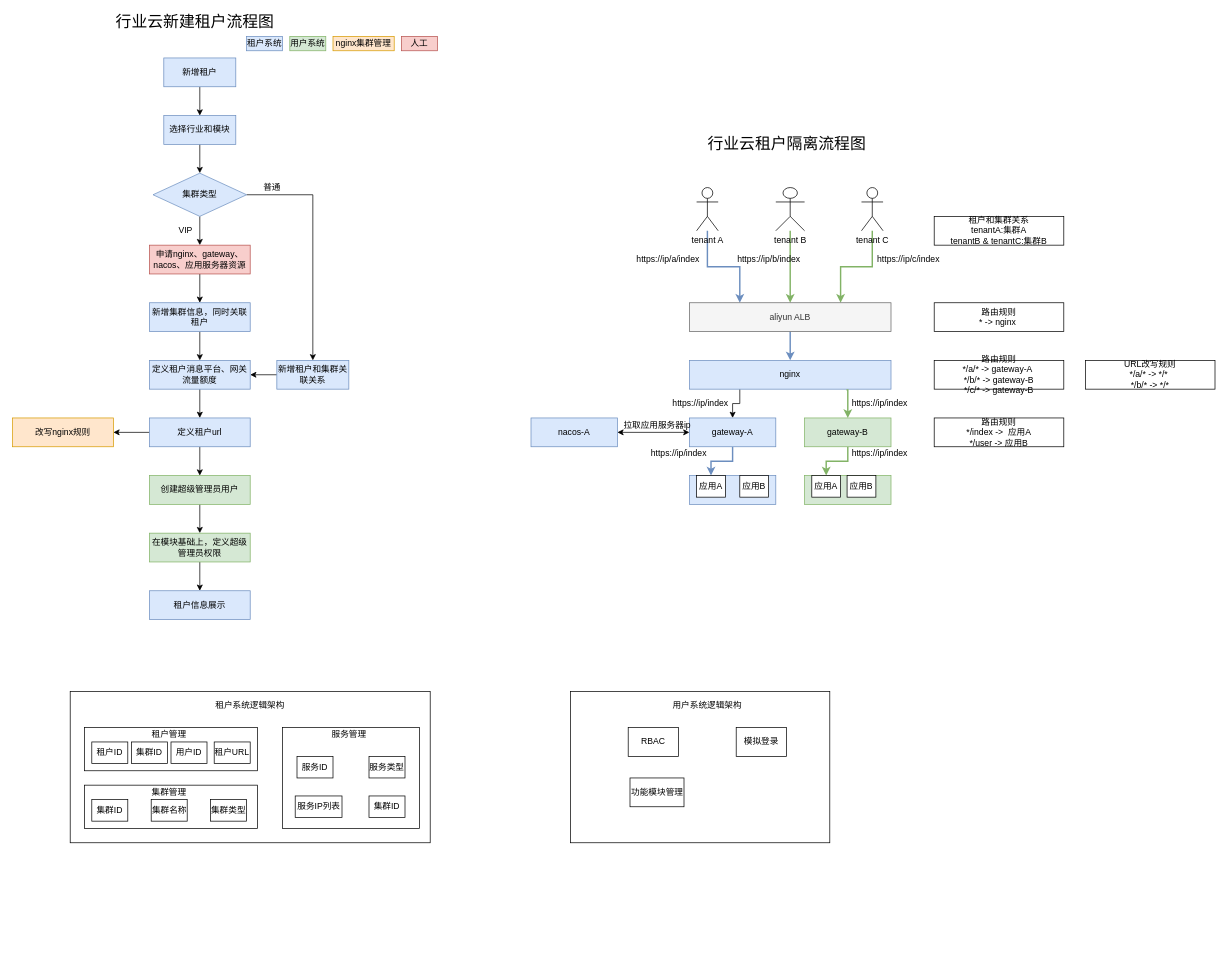
The draw.io diagram tenant.drawio in julingpu/coffee, before the edit. Source tidied: cells renumbered, new cells numbered last; positions are measured from the earlier drawing's top-left corner, leaving out a move shared by most shapes. Both pictures are drawn from the tidied source at 72%, with x=0, y=0 at pixel (12, 14).
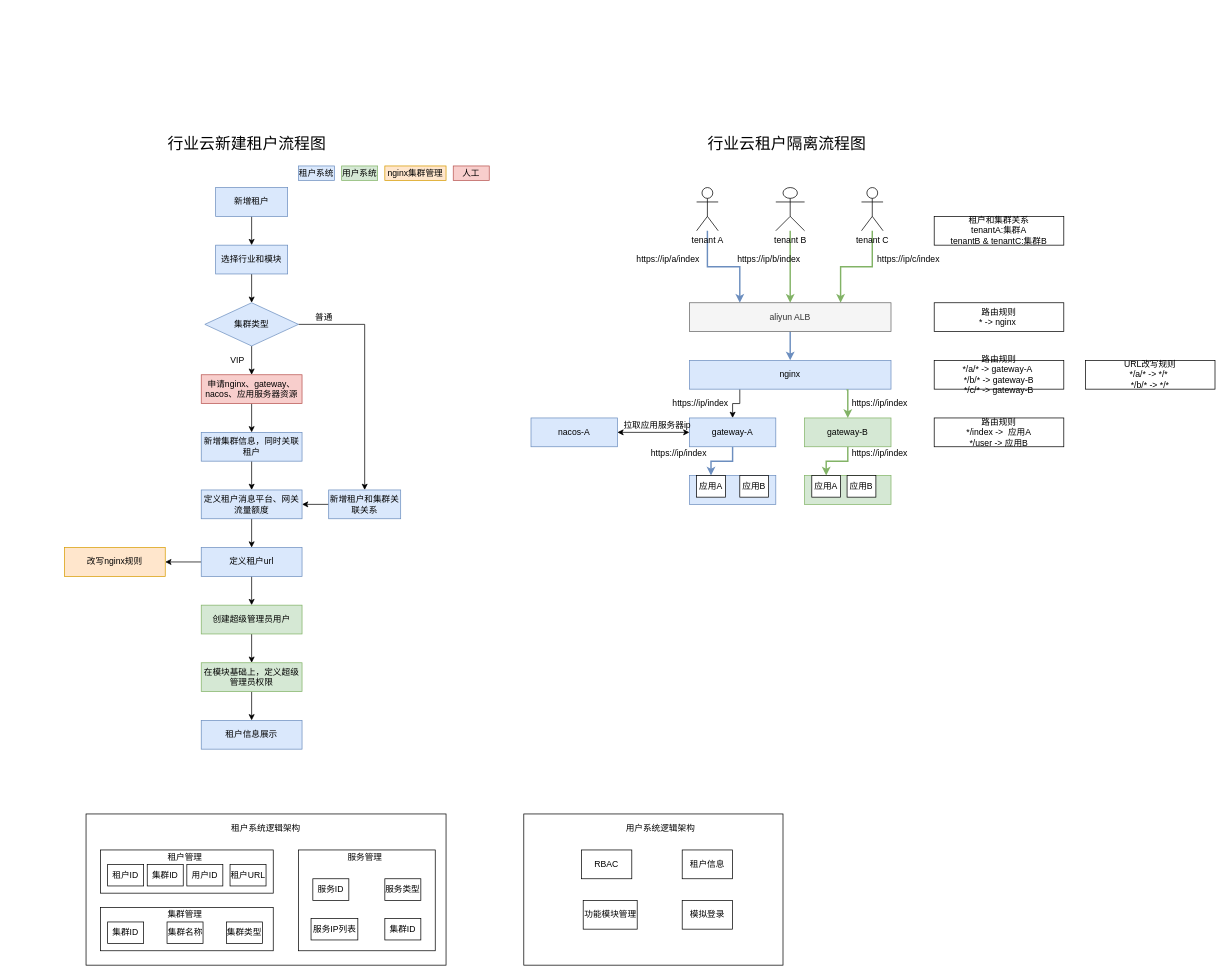
The same page after the edit.

Change to the diagram source:
```diff
@@
     <mxCell id="37" value="&lt;font style=&quot;font-size: 22px&quot;&gt;行业云新建租户流程图&lt;/font&gt;" style="text;html=1;align=center;verticalAlign=middle;strokeColor=none;" parent="1" vertex="1">
-      <mxGeometry x="132.5" width="240" height="20" as="geometry" />
+      <mxGeometry x="205" y="170" width="240" height="20" as="geometry" />
     </mxCell>
@@
     <mxCell id="39" value="选择行业和模块" style="rounded=0;whiteSpace=wrap;html=1;fillColor=#dae8fc;strokeColor=#6c8ebf;" parent="1" vertex="1">
-      <mxGeometry x="210" y="140" width="100" height="40" as="geometry" />
+      <mxGeometry x="282" y="320" width="100" height="40" as="geometry" />
     </mxCell>
@@
     <mxCell id="42" value="集群类型" style="rhombus;whiteSpace=wrap;html=1;fillColor=#dae8fc;strokeColor=#6c8ebf;strokeWidth=1;" parent="1" vertex="1">
-      <mxGeometry x="195" y="220" width="130" height="60" as="geometry" />
+      <mxGeometry x="267" y="400" width="130" height="60" as="geometry" />
     </mxCell>
@@
     <mxCell id="44" value="新增租户和集群关联关系" style="rounded=0;whiteSpace=wrap;html=1;fillColor=#dae8fc;strokeColor=#6c8ebf;strokeWidth=1;" parent="1" vertex="1">
-      <mxGeometry x="367" y="480" width="100" height="40" as="geometry" />
+      <mxGeometry x="439" y="660" width="100" height="40" as="geometry" />
     </mxCell>
     <mxCell id="45" value="普通" style="text;html=1;align=center;verticalAlign=middle;strokeColor=none;strokeWidth=1;" parent="1" vertex="1">
-      <mxGeometry x="340" y="230" width="40" height="20" as="geometry" />
+      <mxGeometry x="412" y="410" width="40" height="20" as="geometry" />
     </mxCell>
@@
     <mxCell id="47" value="新增集群信息，同时关联租户" style="rounded=0;whiteSpace=wrap;html=1;fillColor=#dae8fc;strokeColor=#6c8ebf;strokeWidth=1;" parent="1" vertex="1">
-      <mxGeometry x="190" y="400" width="140" height="40" as="geometry" />
+      <mxGeometry x="262" y="580" width="140" height="40" as="geometry" />
     </mxCell>
@@
     <mxCell id="50" value="定义租户url" style="rounded=0;whiteSpace=wrap;html=1;fillColor=#dae8fc;strokeColor=#6c8ebf;strokeWidth=1;" parent="1" vertex="1">
-      <mxGeometry x="190" y="560" width="140" height="40" as="geometry" />
+      <mxGeometry x="262" y="740" width="140" height="40" as="geometry" />
     </mxCell>
@@
     <mxCell id="52" value="创建超级管理员用户" style="rounded=0;whiteSpace=wrap;html=1;fillColor=#d5e8d4;strokeColor=#82b366;" parent="1" vertex="1">
-      <mxGeometry x="190" y="640" width="140" height="40" as="geometry" />
+      <mxGeometry x="262" y="820" width="140" height="40" as="geometry" />
     </mxCell>
     <mxCell id="53" value="租户系统" style="rounded=0;whiteSpace=wrap;html=1;fillColor=#dae8fc;strokeColor=#6c8ebf;" parent="1" vertex="1">
-      <mxGeometry x="325" y="30" width="50" height="20" as="geometry" />
+      <mxGeometry x="397" y="210" width="50" height="20" as="geometry" />
     </mxCell>
     <mxCell id="54" value="用户系统" style="rounded=0;whiteSpace=wrap;html=1;fillColor=#d5e8d4;strokeColor=#82b366;" parent="1" vertex="1">
-      <mxGeometry x="385" y="30" width="50" height="20" as="geometry" />
+      <mxGeometry x="457" y="210" width="50" height="20" as="geometry" />
     </mxCell>
     <mxCell id="55" value="nginx集群管理" style="rounded=0;whiteSpace=wrap;html=1;fillColor=#ffe6cc;strokeColor=#d79b00;" parent="1" vertex="1">
-      <mxGeometry x="445" y="30" width="85" height="20" as="geometry" />
+      <mxGeometry x="517" y="210" width="85" height="20" as="geometry" />
     </mxCell>
@@
     <mxCell id="57" value="申请nginx、gateway、nacos、应用服务器资源" style="rounded=0;whiteSpace=wrap;html=1;fillColor=#f8cecc;strokeColor=#b85450;strokeWidth=1;" parent="1" vertex="1">
-      <mxGeometry x="190" y="320" width="140" height="40" as="geometry" />
+      <mxGeometry x="262" y="500" width="140" height="40" as="geometry" />
     </mxCell>
     <mxCell id="58" value="改写nginx规则" style="rounded=0;whiteSpace=wrap;html=1;fillColor=#ffe6cc;strokeColor=#d79b00;strokeWidth=1;" parent="1" vertex="1">
-      <mxGeometry y="560" width="140" height="40" as="geometry" />
+      <mxGeometry x="72" y="740" width="140" height="40" as="geometry" />
     </mxCell>
@@
     <mxCell id="60" value="在模块基础上，定义超级管理员权限" style="rounded=0;whiteSpace=wrap;html=1;fillColor=#d5e8d4;strokeColor=#82b366;" parent="1" vertex="1">
-      <mxGeometry x="190" y="720" width="140" height="40" as="geometry" />
+      <mxGeometry x="262" y="900" width="140" height="40" as="geometry" />
     </mxCell>
     <mxCell id="61" style="rounded=0;whiteSpace=wrap;html=1;strokeWidth=1;" parent="1" vertex="1">
-      <mxGeometry x="80" y="940" width="500" height="210" as="geometry" />
+      <mxGeometry x="102" y="1110" width="500" height="210" as="geometry" />
     </mxCell>
     <mxCell id="62" value="租户系统逻辑架构" style="text;html=1;strokeColor=none;fillColor=none;align=center;verticalAlign=middle;whiteSpace=wrap;rounded=0;" parent="1" vertex="1">
-      <mxGeometry x="280" y="950" width="100" height="20" as="geometry" />
+      <mxGeometry x="302" y="1120" width="100" height="20" as="geometry" />
     </mxCell>
     <mxCell id="63" style="rounded=0;whiteSpace=wrap;html=1;strokeWidth=1;" parent="1" vertex="1">
-      <mxGeometry x="100" y="990" width="240" height="60" as="geometry" />
+      <mxGeometry x="122" y="1160" width="240" height="60" as="geometry" />
     </mxCell>
     <mxCell id="64" style="rounded=0;whiteSpace=wrap;html=1;strokeWidth=1;" parent="1" vertex="1">
-      <mxGeometry x="100" y="1070" width="240" height="60" as="geometry" />
+      <mxGeometry x="122" y="1240" width="240" height="60" as="geometry" />
     </mxCell>
     <mxCell id="65" style="rounded=0;whiteSpace=wrap;html=1;strokeWidth=1;" parent="1" vertex="1">
-      <mxGeometry x="375" y="990" width="190" height="140" as="geometry" />
+      <mxGeometry x="397" y="1160" width="190" height="140" as="geometry" />
     </mxCell>
     <mxCell id="66" value="租户ID" style="rounded=0;whiteSpace=wrap;html=1;strokeWidth=1;" parent="1" vertex="1">
-      <mxGeometry x="110" y="1010" width="50" height="30" as="geometry" />
+      <mxGeometry x="132" y="1180" width="50" height="30" as="geometry" />
     </mxCell>
     <mxCell id="67" value="集群ID" style="rounded=0;whiteSpace=wrap;html=1;strokeWidth=1;" parent="1" vertex="1">
-      <mxGeometry x="165" y="1010" width="50" height="30" as="geometry" />
+      <mxGeometry x="187" y="1180" width="50" height="30" as="geometry" />
     </mxCell>
     <mxCell id="68" value="用户ID" style="rounded=0;whiteSpace=wrap;html=1;strokeWidth=1;" parent="1" vertex="1">
-      <mxGeometry x="220" y="1010" width="50" height="30" as="geometry" />
+      <mxGeometry x="242" y="1180" width="50" height="30" as="geometry" />
     </mxCell>
     <mxCell id="69" value="集群ID" style="rounded=0;whiteSpace=wrap;html=1;strokeWidth=1;" parent="1" vertex="1">
-      <mxGeometry x="110" y="1090" width="50" height="30" as="geometry" />
+      <mxGeometry x="132" y="1260" width="50" height="30" as="geometry" />
     </mxCell>
     <mxCell id="70" value="租户URL" style="rounded=0;whiteSpace=wrap;html=1;strokeWidth=1;" parent="1" vertex="1">
-      <mxGeometry x="280" y="1010" width="50" height="30" as="geometry" />
+      <mxGeometry x="302" y="1180" width="50" height="30" as="geometry" />
     </mxCell>
     <mxCell id="71" value="服务ID" style="rounded=0;whiteSpace=wrap;html=1;strokeWidth=1;" parent="1" vertex="1">
-      <mxGeometry x="395" y="1030" width="50" height="30" as="geometry" />
+      <mxGeometry x="417" y="1200" width="50" height="30" as="geometry" />
     </mxCell>
     <mxCell id="72" value="服务类型" style="rounded=0;whiteSpace=wrap;html=1;strokeWidth=1;" parent="1" vertex="1">
-      <mxGeometry x="495" y="1030" width="50" height="30" as="geometry" />
+      <mxGeometry x="517" y="1200" width="50" height="30" as="geometry" />
     </mxCell>
     <mxCell id="73" value="服务IP列表" style="rounded=0;whiteSpace=wrap;html=1;strokeWidth=1;" parent="1" vertex="1">
-      <mxGeometry x="392.5" y="1085" width="65" height="30" as="geometry" />
+      <mxGeometry x="414.5" y="1255" width="65" height="30" as="geometry" />
     </mxCell>
     <mxCell id="74" value="集群ID" style="rounded=0;whiteSpace=wrap;html=1;strokeWidth=1;" parent="1" vertex="1">
-      <mxGeometry x="495" y="1085" width="50" height="30" as="geometry" />
+      <mxGeometry x="517" y="1255" width="50" height="30" as="geometry" />
     </mxCell>
     <mxCell id="75" value="租户管理" style="text;html=1;strokeColor=none;fillColor=none;align=center;verticalAlign=middle;whiteSpace=wrap;rounded=0;" parent="1" vertex="1">
-      <mxGeometry x="190" y="990" width="55" height="20" as="geometry" />
+      <mxGeometry x="212" y="1160" width="55" height="20" as="geometry" />
     </mxCell>
     <mxCell id="76" value="集群管理" style="text;html=1;strokeColor=none;fillColor=none;align=center;verticalAlign=middle;whiteSpace=wrap;rounded=0;" parent="1" vertex="1">
-      <mxGeometry x="190" y="1070" width="55" height="20" as="geometry" />
+      <mxGeometry x="212" y="1240" width="55" height="20" as="geometry" />
     </mxCell>
     <mxCell id="77" value="服务管理" style="text;html=1;strokeColor=none;fillColor=none;align=center;verticalAlign=middle;whiteSpace=wrap;rounded=0;" parent="1" vertex="1">
-      <mxGeometry x="440" y="990" width="55" height="20" as="geometry" />
+      <mxGeometry x="462" y="1160" width="55" height="20" as="geometry" />
     </mxCell>
     <mxCell id="78" style="rounded=0;whiteSpace=wrap;html=1;strokeWidth=1;" parent="1" vertex="1">
-      <mxGeometry x="775" y="940" width="360" height="210" as="geometry" />
+      <mxGeometry x="710" y="1110" width="360" height="210" as="geometry" />
     </mxCell>
     <mxCell id="79" value="用户系统逻辑架构" style="text;html=1;strokeColor=none;fillColor=none;align=center;verticalAlign=middle;whiteSpace=wrap;rounded=0;" parent="1" vertex="1">
-      <mxGeometry x="915" y="950" width="100" height="20" as="geometry" />
+      <mxGeometry x="850" y="1120" width="100" height="20" as="geometry" />
     </mxCell>
     <mxCell id="80" value="RBAC" style="rounded=0;whiteSpace=wrap;html=1;strokeWidth=1;" parent="1" vertex="1">
-      <mxGeometry x="855" y="990" width="70" height="40" as="geometry" />
+      <mxGeometry x="790" y="1160" width="70" height="40" as="geometry" />
     </mxCell>
     <mxCell id="81" value="模拟登录" style="rounded=0;whiteSpace=wrap;html=1;strokeWidth=1;" parent="1" vertex="1">
-      <mxGeometry x="1005" y="990" width="70" height="40" as="geometry" />
+      <mxGeometry x="930" y="1230" width="70" height="40" as="geometry" />
     </mxCell>
     <mxCell id="82" value="功能模块管理" style="rounded=0;whiteSpace=wrap;html=1;strokeWidth=1;" parent="1" vertex="1">
-      <mxGeometry x="857.5" y="1060" width="75" height="40" as="geometry" />
+      <mxGeometry x="792.5" y="1230" width="75" height="40" as="geometry" />
     </mxCell>
@@
     <mxCell id="86" value="新增租户" style="rounded=0;whiteSpace=wrap;html=1;fillColor=#dae8fc;strokeColor=#6c8ebf;" parent="1" vertex="1">
-      <mxGeometry x="210" y="60" width="100" height="40" as="geometry" />
+      <mxGeometry x="282" y="240" width="100" height="40" as="geometry" />
     </mxCell>
     <mxCell id="87" value="人工" style="rounded=0;whiteSpace=wrap;html=1;fillColor=#f8cecc;strokeColor=#b85450;" parent="1" vertex="1">
-      <mxGeometry x="540" y="30" width="50" height="20" as="geometry" />
+      <mxGeometry x="612" y="210" width="50" height="20" as="geometry" />
     </mxCell>
     <mxCell id="88" value="集群名称" style="rounded=0;whiteSpace=wrap;html=1;strokeWidth=1;" parent="1" vertex="1">
-      <mxGeometry x="192.5" y="1090" width="50" height="30" as="geometry" />
+      <mxGeometry x="214.5" y="1260" width="50" height="30" as="geometry" />
     </mxCell>
     <mxCell id="89" value="集群类型" style="rounded=0;whiteSpace=wrap;html=1;strokeWidth=1;" parent="1" vertex="1">
-      <mxGeometry x="275" y="1090" width="50" height="30" as="geometry" />
+      <mxGeometry x="297" y="1260" width="50" height="30" as="geometry" />
     </mxCell>
     <mxCell id="90" value="VIP" style="text;html=1;align=center;verticalAlign=middle;strokeColor=none;" parent="1" vertex="1">
-      <mxGeometry x="225" y="290" width="30" height="20" as="geometry" />
+      <mxGeometry x="297" y="470" width="30" height="20" as="geometry" />
     </mxCell>
@@
     <mxCell id="92" value="定义租户消息平台、网关流量额度" style="rounded=0;whiteSpace=wrap;html=1;fillColor=#dae8fc;strokeColor=#6c8ebf;strokeWidth=1;" parent="1" vertex="1">
-      <mxGeometry x="190" y="480" width="140" height="40" as="geometry" />
+      <mxGeometry x="262" y="660" width="140" height="40" as="geometry" />
     </mxCell>
     <mxCell id="93" value="租户信息展示" style="rounded=0;whiteSpace=wrap;html=1;fillColor=#dae8fc;strokeColor=#6c8ebf;" parent="1" vertex="1">
-      <mxGeometry x="190" y="800" width="140" height="40" as="geometry" />
+      <mxGeometry x="262" y="980" width="140" height="40" as="geometry" />
     </mxCell>
+    <mxCell id="94" value="租户信息" style="rounded=0;whiteSpace=wrap;html=1;strokeWidth=1;" parent="1" vertex="1">
+      <mxGeometry x="930" y="1160" width="70" height="40" as="geometry" />
+    </mxCell>
```
